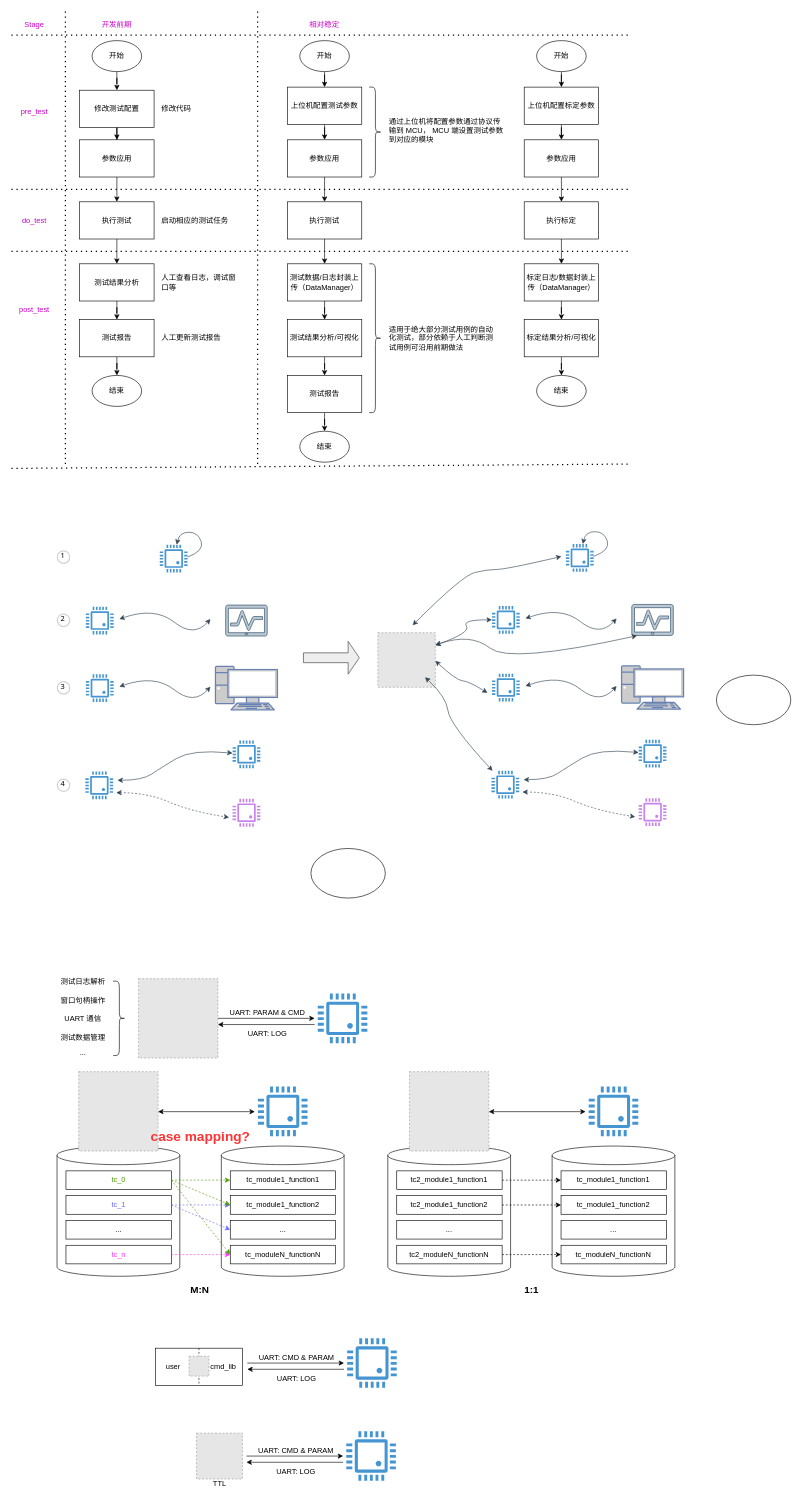
This is page "test & calibration" (5 of 14) of cx3288_sdk.drawio from hehenihao/chart, a draw.io file, before an edit. Source tidied: cells renumbered, new cells numbered last; positions are measured from the earlier drawing's top-left corner, leaving out a move shared by most shapes. Both pictures are drawn from the tidied source at 62%, with x=0, y=0 at pixel (11, 11). Pictures stored in the file or linked from it are replaced by grey dashed boxes.
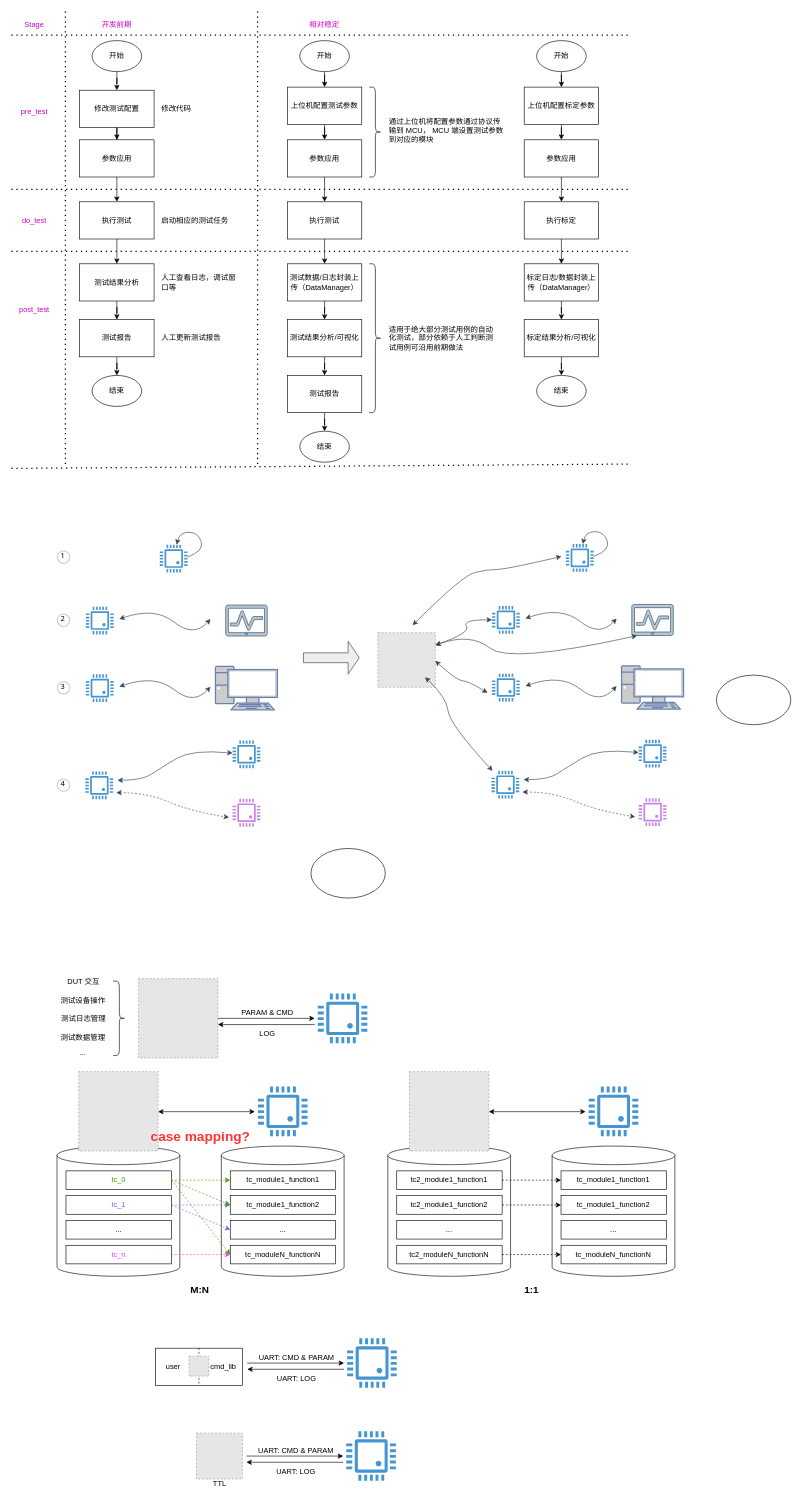
Above is the later version.

What changed in the source:
```diff
@@
-    <mxCell id="105" value="UART: PARAM &amp;amp; CMD" style="text;html=1;strokeColor=none;fillColor=none;align=center;verticalAlign=middle;whiteSpace=wrap;rounded=0;" parent="1" vertex="1">
+    <mxCell id="105" value="PARAM &amp;amp; CMD" style="text;html=1;strokeColor=none;fillColor=none;align=center;verticalAlign=middle;whiteSpace=wrap;rounded=0;" parent="1" vertex="1">
       <mxGeometry x="351" y="1600" width="124" height="30" as="geometry" />
     </mxCell>
-    <mxCell id="106" value="UART: LOG" style="text;html=1;strokeColor=none;fillColor=none;align=center;verticalAlign=middle;whiteSpace=wrap;rounded=0;" parent="1" vertex="1">
+    <mxCell id="106" value="LOG" style="text;html=1;strokeColor=none;fillColor=none;align=center;verticalAlign=middle;whiteSpace=wrap;rounded=0;" parent="1" vertex="1">
       <mxGeometry x="351" y="1634" width="124" height="30" as="geometry" />
     </mxCell>
@@
-    <mxCell id="109" value="测试日志解析" style="text;html=1;strokeColor=none;fillColor=none;align=center;verticalAlign=middle;whiteSpace=wrap;rounded=0;" parent="1" vertex="1">
-      <mxGeometry x="67" y="1550" width="97" height="30" as="geometry" />
+    <mxCell id="109" value="测试日志管理" style="text;html=1;strokeColor=none;fillColor=none;align=center;verticalAlign=middle;whiteSpace=wrap;rounded=0;" parent="1" vertex="1">
+      <mxGeometry x="67.8" y="1610" width="97" height="30" as="geometry" />
     </mxCell>
-    <mxCell id="110" value="窗口句柄操作" style="text;html=1;strokeColor=none;fillColor=none;align=center;verticalAlign=middle;whiteSpace=wrap;rounded=0;" parent="1" vertex="1">
+    <mxCell id="110" value="测试设备操作" style="text;html=1;strokeColor=none;fillColor=none;align=center;verticalAlign=middle;whiteSpace=wrap;rounded=0;" parent="1" vertex="1">
       <mxGeometry x="67" y="1580" width="97" height="30" as="geometry" />
     </mxCell>
-    <mxCell id="111" value="UART 通信" style="text;html=1;strokeColor=none;fillColor=none;align=center;verticalAlign=middle;whiteSpace=wrap;rounded=0;" parent="1" vertex="1">
-      <mxGeometry x="67" y="1610" width="97" height="30" as="geometry" />
+    <mxCell id="111" value="DUT 交互" style="text;html=1;strokeColor=none;fillColor=none;align=center;verticalAlign=middle;whiteSpace=wrap;rounded=0;" parent="1" vertex="1">
+      <mxGeometry x="67.8" y="1550" width="97" height="30" as="geometry" />
     </mxCell>
```
